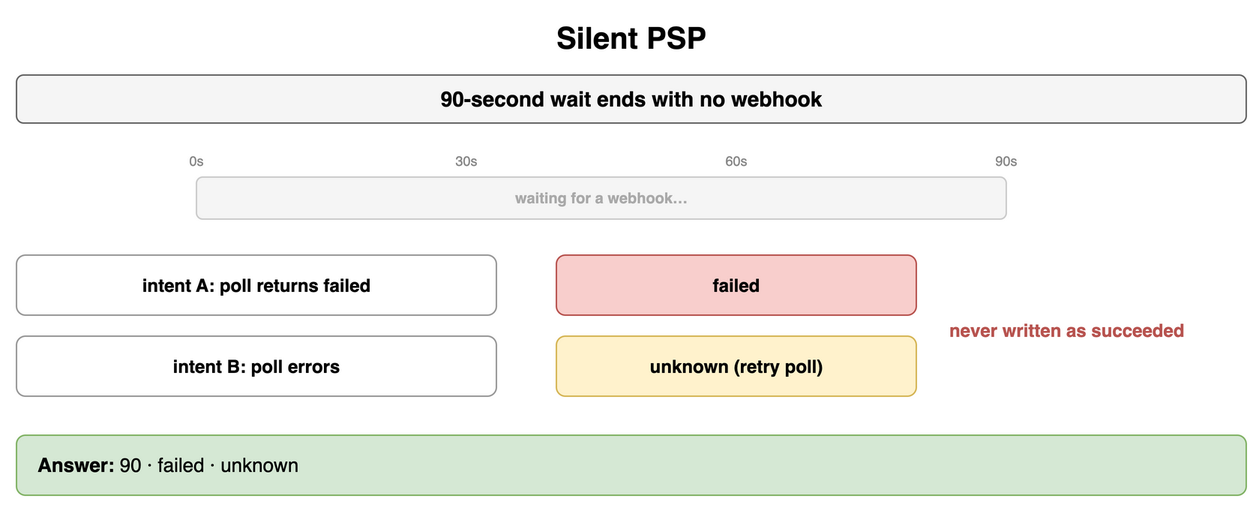
This is content/09_System_Design_Interview/23_Payment_and_Financial_Systems/diagrams/payments-drills-4-silent-psp.png from amendez13/swe-study-guide, a draw.io export, as it was before one commit. Source tidied: cells renumbered, new cells last; positions are measured from the earlier drawing's top-left corner, leaving out a move shared by most shapes.
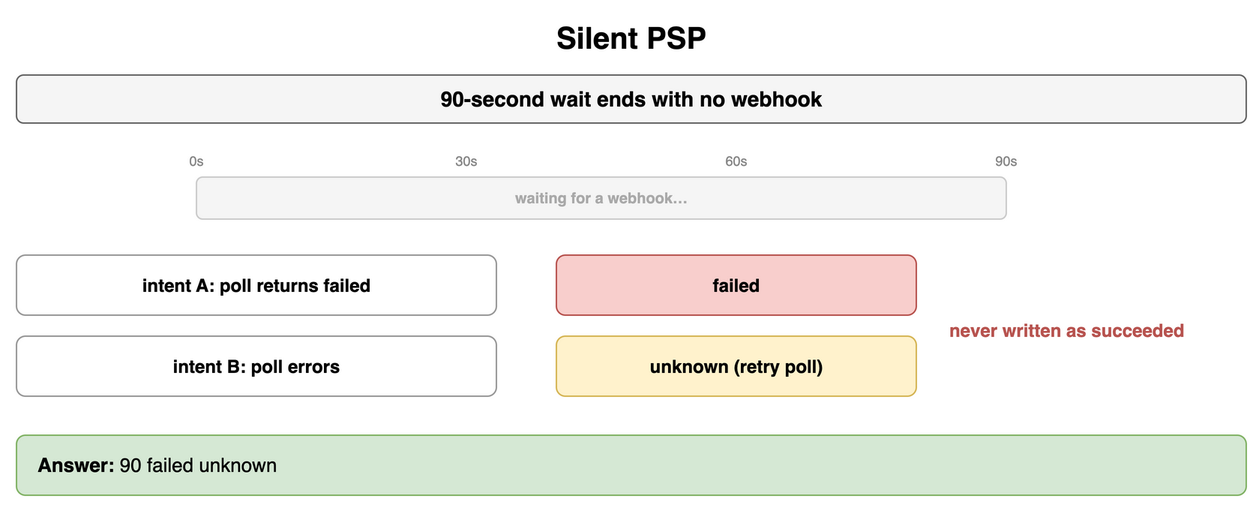
Above is the later version.

The edit, as a diff of the source:
```diff
@@ -38,7 +38,7 @@
     <mxCell id="13" value="never written as succeeded" style="text;html=1;whiteSpace=wrap;fontSize=11;align=left;verticalAlign=middle;fontSize=12;fontColor=#b85450;fontStyle=1;" parent="1" vertex="1">
       <mxGeometry x="620" y="190" width="200" height="40" as="geometry" />
     </mxCell>
-    <mxCell id="14" value="&lt;b&gt;Answer:&lt;/b&gt; 90 · failed · unknown" style="rounded=1;whiteSpace=wrap;html=1;fillColor=#d5e8d4;strokeColor=#82b366;fontSize=13;align=left;spacingLeft=12;" parent="1" vertex="1">
+    <mxCell id="14" value="&lt;b&gt;Answer:&lt;/b&gt; 90 failed unknown" style="rounded=1;whiteSpace=wrap;html=1;fillColor=#d5e8d4;strokeColor=#82b366;fontSize=13;align=left;spacingLeft=12;" parent="1" vertex="1">
       <mxGeometry y="280" width="820" height="40" as="geometry" />
     </mxCell>
   </root>
```
